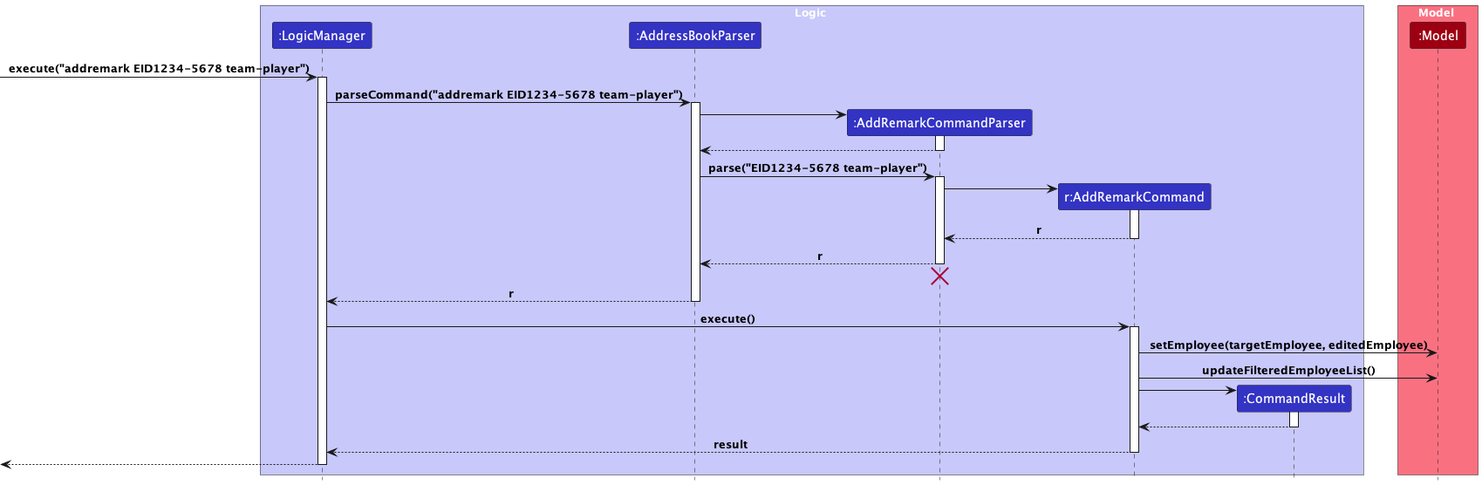
nus-cs2103-AY2324S1/tp keeps this PlantUML diagram as docs/images/AddRemarkSequenceDiagram.png. Above is the earlier version. Source of this version:
```plantuml
@startuml
!include style.puml

box Logic LOGIC_COLOR_T1
participant ":LogicManager" as LogicManager LOGIC_COLOR
participant ":AddressBookParser" as AddressBookParser LOGIC_COLOR
participant ":AddRemarkCommandParser" as AddRemarkCommandParser LOGIC_COLOR
participant "r:AddRemarkCommand" as AddRemarkCommand LOGIC_COLOR
participant ":CommandResult" as CommandResult LOGIC_COLOR
end box

box Model MODEL_COLOR_T1
participant ":Model" as Model MODEL_COLOR
end box
[-> LogicManager : execute("addremark EID1234-5678 team-player")
activate LogicManager

LogicManager -> AddressBookParser : parseCommand("addremark EID1234-5678 team-player")
activate AddressBookParser

create AddRemarkCommandParser
AddressBookParser -> AddRemarkCommandParser
activate AddRemarkCommandParser

AddRemarkCommandParser --> AddressBookParser
deactivate AddRemarkCommandParser

AddressBookParser -> AddRemarkCommandParser : parse("EID1234-5678 team-player")
activate AddRemarkCommandParser

create AddRemarkCommand
AddRemarkCommandParser -> AddRemarkCommand
activate AddRemarkCommand

AddRemarkCommand --> AddRemarkCommandParser : r
deactivate AddRemarkCommand

AddRemarkCommandParser --> AddressBookParser : r
deactivate AddRemarkCommandParser

AddRemarkCommandParser -[hidden]-> AddressBookParser
destroy AddRemarkCommandParser

AddressBookParser --> LogicManager : r
deactivate AddressBookParser

LogicManager -> AddRemarkCommand : execute()
activate AddRemarkCommand

AddRemarkCommand -> Model : setEmployee(targetEmployee, editedEmployee)
AddRemarkCommand -> Model : updateFilteredEmployeeList()

create CommandResult
AddRemarkCommand -> CommandResult
activate CommandResult

CommandResult --> AddRemarkCommand
deactivate CommandResult

AddRemarkCommand --> LogicManager : result
deactivate AddRemarkCommand

[<--LogicManager
deactivate LogicManager
@enduml
```
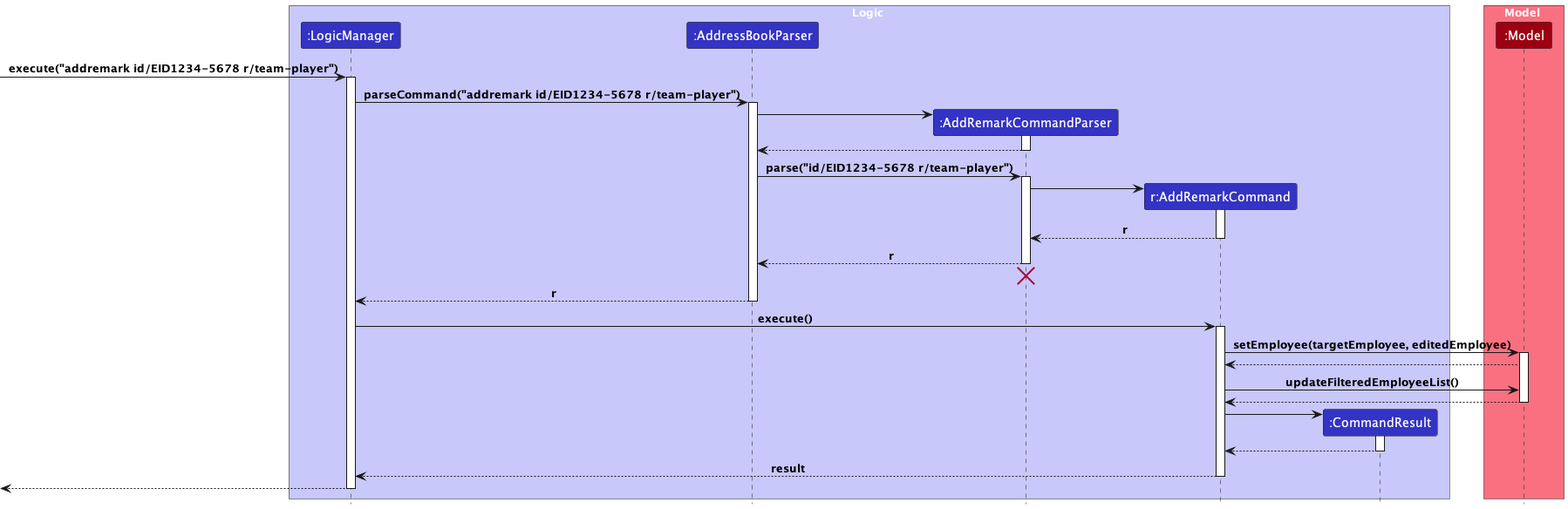
After the commit.

The edit, as a diff of the source:
```diff
@@ -12,10 +12,10 @@
 box Model MODEL_COLOR_T1
 participant ":Model" as Model MODEL_COLOR
 end box
-[-> LogicManager : execute("addremark EID1234-5678 team-player")
+[-> LogicManager : execute("addremark id/EID1234-5678 r/team-player")
 activate LogicManager
 
-LogicManager -> AddressBookParser : parseCommand("addremark EID1234-5678 team-player")
+LogicManager -> AddressBookParser : parseCommand("addremark id/EID1234-5678 r/team-player")
 activate AddressBookParser
 
 create AddRemarkCommandParser
@@ -25,7 +25,7 @@
 AddRemarkCommandParser --> AddressBookParser
 deactivate AddRemarkCommandParser
 
-AddressBookParser -> AddRemarkCommandParser : parse("EID1234-5678 team-player")
+AddressBookParser -> AddRemarkCommandParser : parse("id/EID1234-5678 r/team-player")
 activate AddRemarkCommandParser
 
 create AddRemarkCommand
@@ -48,7 +48,14 @@
 activate AddRemarkCommand
 
 AddRemarkCommand -> Model : setEmployee(targetEmployee, editedEmployee)
+activate Model
+
+Model --> AddRemarkCommand
+
 AddRemarkCommand -> Model : updateFilteredEmployeeList()
+
+Model --> AddRemarkCommand
+deactivate Model
 
 create CommandResult
 AddRemarkCommand -> CommandResult
```
